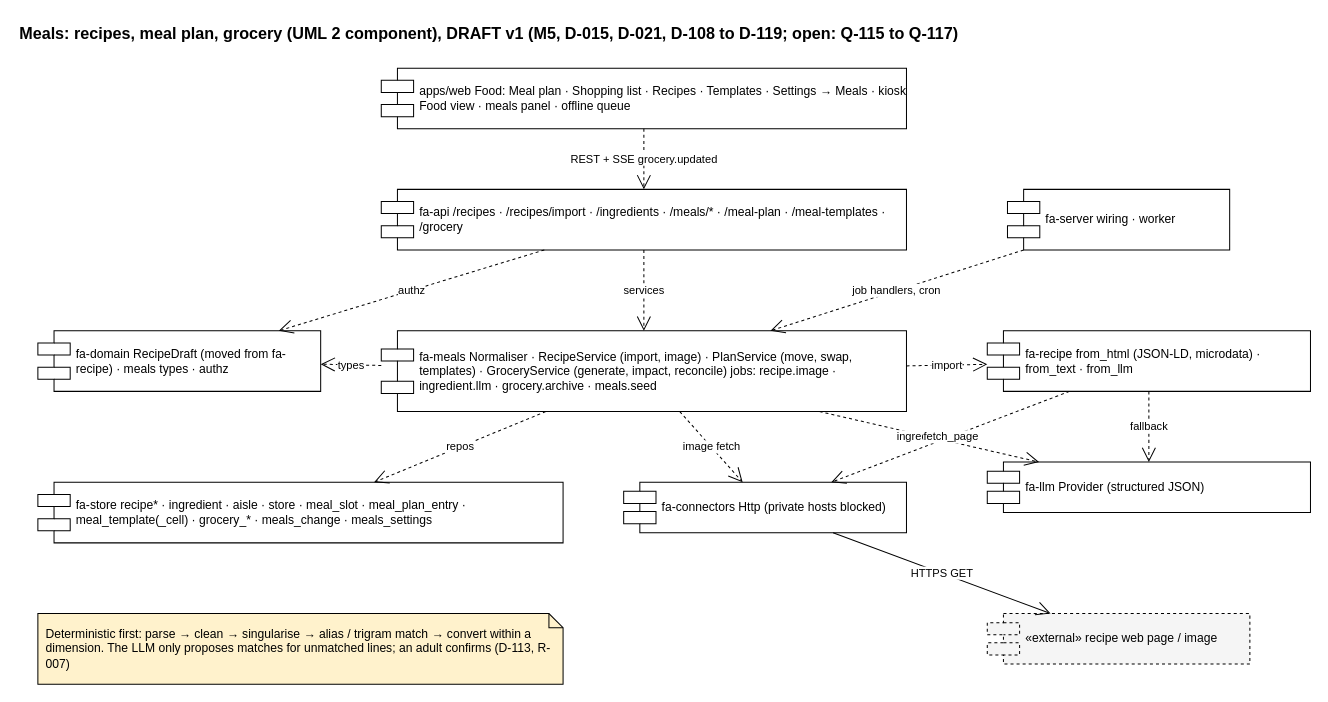
Before: page "Components" (1 of 3) of arch/Meals.drawio in JonGanz/family-assistant, a draw.io diagram. Source tidied: cells renumbered, new cells numbered last; positions are measured from the earlier drawing's top-left corner, leaving out a move shared by most shapes. Both pictures are drawn from the tidied source at 101%, with x=0, y=0 at pixel (17, 17).
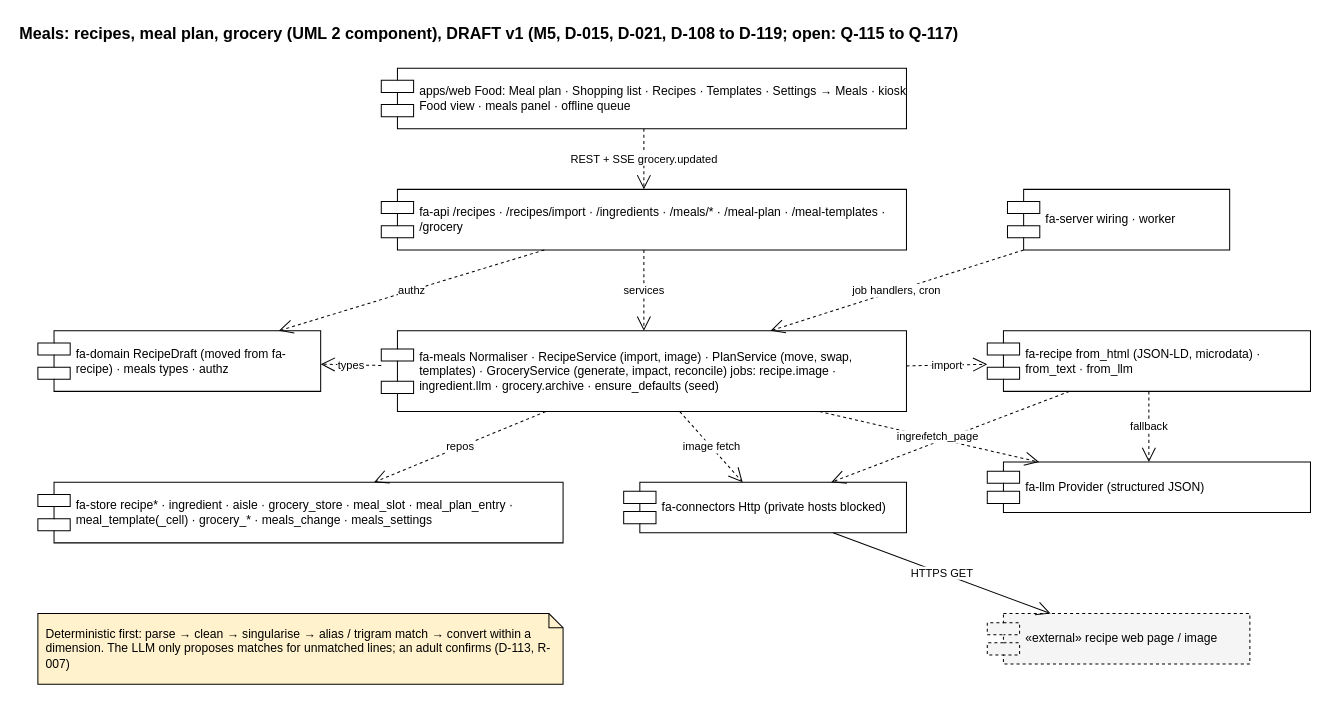
The same diagram, later.

What changed in the source:
```diff
@@
-    <mxCell id="6" value="fa-meals Normaliser · RecipeService (import, image) · PlanService (move, swap, templates) · GroceryService (generate, impact, reconcile) jobs: recipe.image · ingredient.llm · grocery.archive · meals.seed" style="shape=component;align=left;spacingLeft=36;html=1;whiteSpace=wrap;" parent="1" vertex="1">
+    <mxCell id="6" value="fa-meals Normaliser · RecipeService (import, image) · PlanService (move, swap, templates) · GroceryService (generate, impact, reconcile) jobs: recipe.image · ingredient.llm · grocery.archive · ensure_defaults (seed)" style="shape=component;align=left;spacingLeft=36;html=1;whiteSpace=wrap;" parent="1" vertex="1">
       <mxGeometry x="360" y="310" width="520" height="80" as="geometry" />
     </mxCell>
@@
-    <mxCell id="11" value="fa-store recipe* · ingredient · aisle · store · meal_slot · meal_plan_entry · meal_template(_cell) · grocery_* · meals_change · meals_settings" style="shape=component;align=left;spacingLeft=36;html=1;whiteSpace=wrap;" parent="1" vertex="1">
+    <mxCell id="11" value="fa-store recipe* · ingredient · aisle · grocery_store · meal_slot · meal_plan_entry · meal_template(_cell) · grocery_* · meals_change · meals_settings" style="shape=component;align=left;spacingLeft=36;html=1;whiteSpace=wrap;" parent="1" vertex="1">
       <mxGeometry x="20" y="460" width="520" height="60" as="geometry" />
     </mxCell>
```
